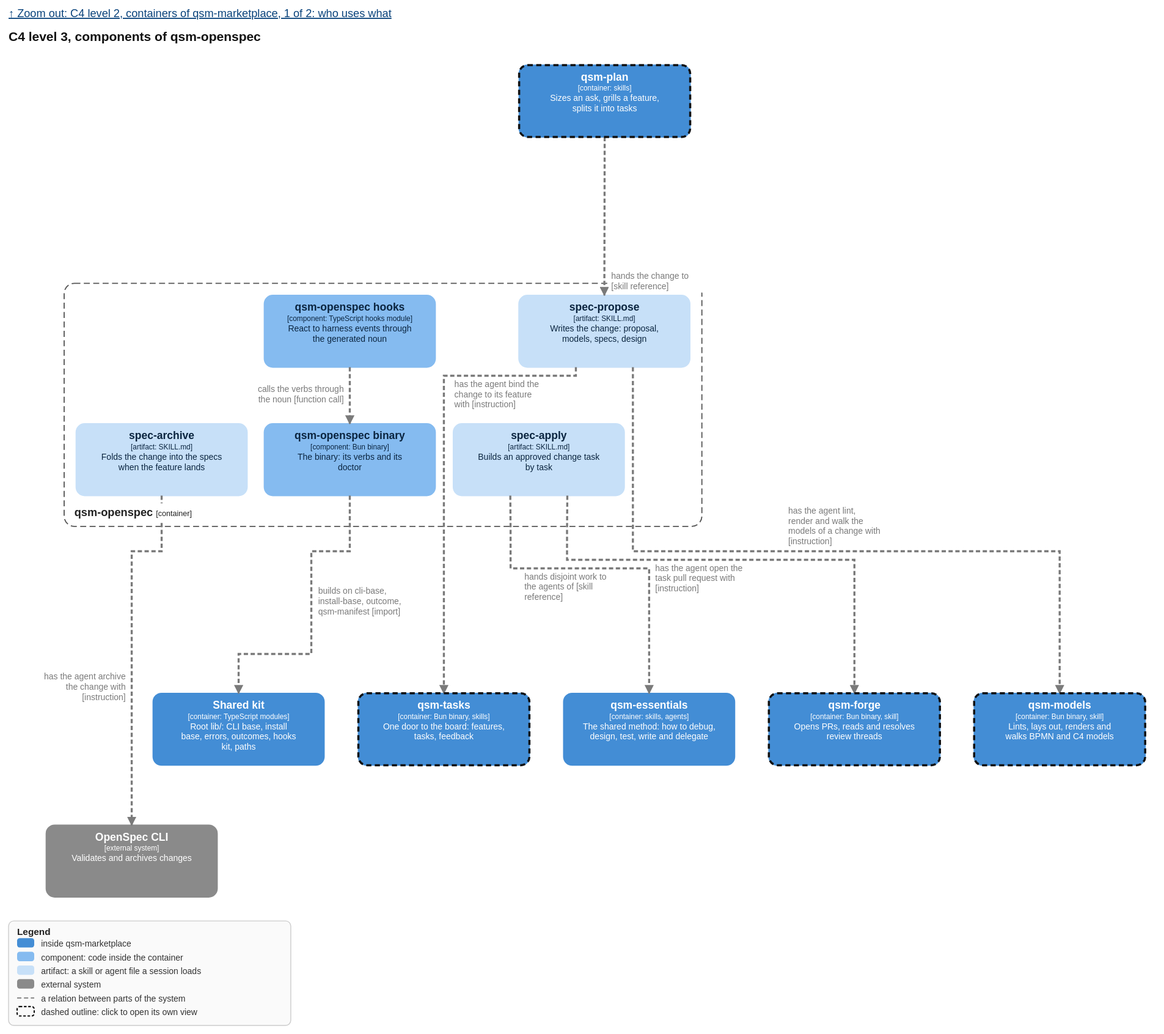
Above: models/marketplace.components-spec.drawio.svg in qsmark-labs/qsm-marketplace (draw.io), before the change. Source tidied: cells renumbered, new cells last; positions are measured from the earlier drawing's top-left corner, leaving out a move shared by most shapes.
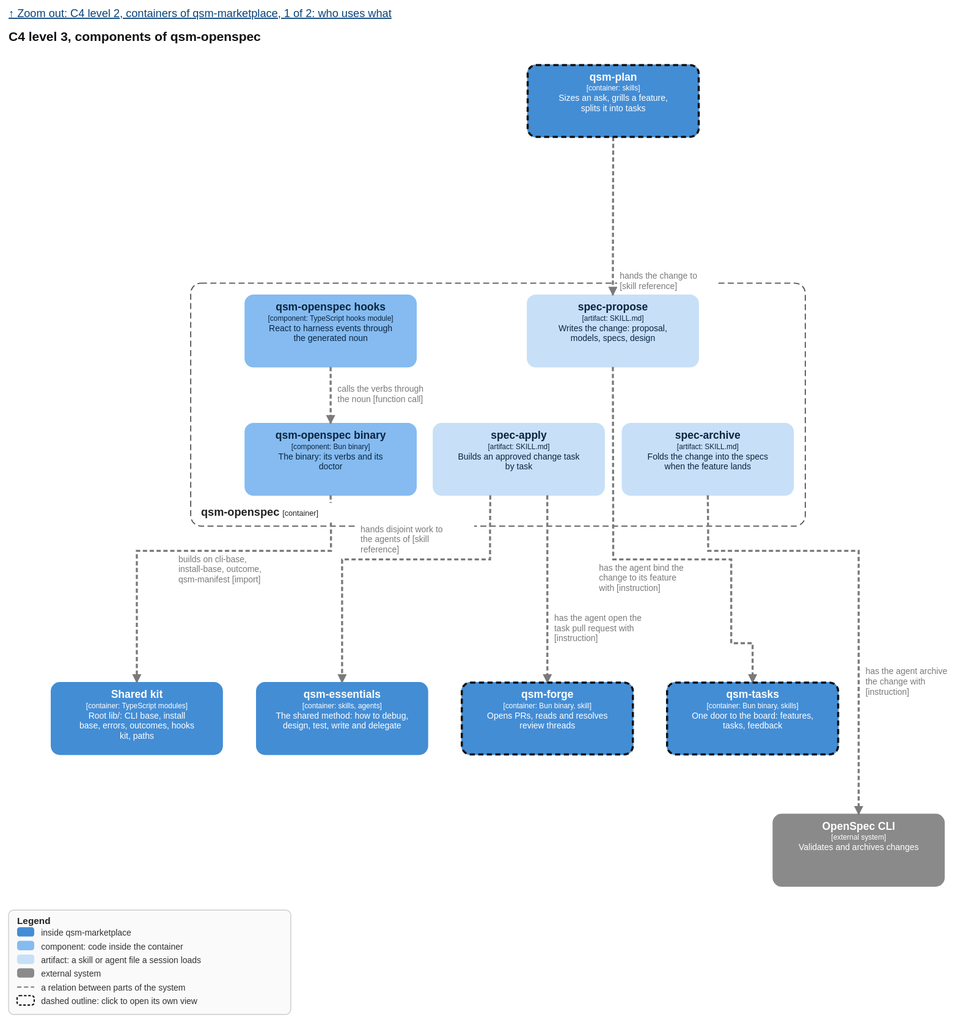
The same file after the commit.

The edit, as a diff of the source:
```diff
@@ -4,146 +4,132 @@
     <mxCell id="1" parent="0" />
     <object id="2" label="&lt;b&gt;%c4Name%&lt;/b&gt;&lt;div&gt;[%c4Application%]&lt;/div&gt;" c4Application="Container" c4Id="mp.spec" c4Name="qsm-openspec" c4Type="ContainerScopeBoundary" placeholders="1">
       <mxCell style="rounded=1;fontSize=11;whiteSpace=wrap;html=1;dashed=1;arcSize=4;fillColor=none;strokeColor=#555555;fontColor=#222222;align=left;verticalAlign=bottom;spacing=10;dashPattern=8 4;" parent="1" vertex="1">
-        <mxGeometry x="21" y="255" width="745.7" height="284" as="geometry" />
+        <mxGeometry x="169" y="255" width="718.6" height="284" as="geometry" />
       </mxCell>
     </object>
     <object id="3" label="&lt;b&gt;%c4Name%&lt;/b&gt;&lt;div&gt;[%c4Type%%c4TechnologySep%%c4Technology%]&lt;/div&gt;&lt;div style=&quot;font-size:11px&quot;&gt;%c4Description%&lt;/div&gt;" c4Description="The binary: its verbs and its doctor" c4Id="mp.spec.tool" c4Name="qsm-openspec binary" c4Path="plugins/qsm-openspec/scripts" c4Tags="" c4Technology="Bun binary" c4TechnologySep=": " c4Type="Component" placeholders="1">
       <mxCell style="rounded=1;whiteSpace=wrap;html=1;arcSize=10;fillColor=#85bbf0;strokeColor=#85bbf0;fontColor=#0b2540;" parent="1" vertex="1">
-        <mxGeometry x="255" y="419" width="200" height="84" as="geometry" />
+        <mxGeometry x="232.6" y="419" width="200" height="84" as="geometry" />
       </mxCell>
     </object>
     <object id="4" label="&lt;b&gt;%c4Name%&lt;/b&gt;&lt;div&gt;[%c4Type%%c4TechnologySep%%c4Technology%]&lt;/div&gt;&lt;div style=&quot;font-size:11px&quot;&gt;%c4Description%&lt;/div&gt;" c4Description="React to harness events through the generated noun" c4Id="mp.spec.hooks" c4Name="qsm-openspec hooks" c4Path="plugins/qsm-openspec/hooks" c4Tags="" c4Technology="TypeScript hooks module" c4TechnologySep=": " c4Type="Component" placeholders="1">
       <mxCell style="rounded=1;whiteSpace=wrap;html=1;arcSize=10;fillColor=#85bbf0;strokeColor=#85bbf0;fontColor=#0b2540;" parent="1" vertex="1">
-        <mxGeometry x="255" y="269" width="200" height="84" as="geometry" />
+        <mxGeometry x="232.6" y="269" width="200" height="84" as="geometry" />
       </mxCell>
     </object>
     <object id="5" label="&lt;b&gt;%c4Name%&lt;/b&gt;&lt;div&gt;[%c4Type%%c4TechnologySep%%c4Technology%]&lt;/div&gt;&lt;div style=&quot;font-size:11px&quot;&gt;%c4Description%&lt;/div&gt;" c4Description="Writes the change: proposal, models, specs, design" c4Id="mp.spec.propose" c4Name="spec-propose" c4Path="plugins/qsm-openspec/skills/spec-propose" c4Tags="artifact" c4Technology="SKILL.md" c4TechnologySep=": " c4Type="Component" placeholders="1">
       <mxCell style="rounded=1;whiteSpace=wrap;html=1;arcSize=10;fillColor=#c7e0f8;strokeColor=#c7e0f8;fontColor=#0b2540;" parent="1" vertex="1">
-        <mxGeometry x="552.7" y="269" width="200" height="84" as="geometry" />
+        <mxGeometry x="562.6" y="269" width="200" height="84" as="geometry" />
       </mxCell>
     </object>
     <object id="6" label="&lt;b&gt;%c4Name%&lt;/b&gt;&lt;div&gt;[%c4Type%%c4TechnologySep%%c4Technology%]&lt;/div&gt;&lt;div style=&quot;font-size:11px&quot;&gt;%c4Description%&lt;/div&gt;" c4Description="Builds an approved change task by task" c4Id="mp.spec.apply" c4Name="spec-apply" c4Path="plugins/qsm-openspec/skills/spec-apply" c4Tags="artifact" c4Technology="SKILL.md" c4TechnologySep=": " c4Type="Component" placeholders="1">
       <mxCell style="rounded=1;whiteSpace=wrap;html=1;arcSize=10;fillColor=#c7e0f8;strokeColor=#c7e0f8;fontColor=#0b2540;" parent="1" vertex="1">
-        <mxGeometry x="476" y="419" width="200" height="84" as="geometry" />
+        <mxGeometry x="452.6" y="419" width="200" height="84" as="geometry" />
       </mxCell>
     </object>
     <object id="7" label="&lt;b&gt;%c4Name%&lt;/b&gt;&lt;div&gt;[%c4Type%%c4TechnologySep%%c4Technology%]&lt;/div&gt;&lt;div style=&quot;font-size:11px&quot;&gt;%c4Description%&lt;/div&gt;" c4Description="Folds the change into the specs when the feature lands" c4Id="mp.spec.archive" c4Name="spec-archive" c4Path="plugins/qsm-openspec/skills/spec-archive" c4Tags="artifact" c4Technology="SKILL.md" c4TechnologySep=": " c4Type="Component" placeholders="1">
       <mxCell style="rounded=1;whiteSpace=wrap;html=1;arcSize=10;fillColor=#c7e0f8;strokeColor=#c7e0f8;fontColor=#0b2540;" parent="1" vertex="1">
-        <mxGeometry x="35" y="419" width="200" height="84" as="geometry" />
+        <mxGeometry x="673.6" y="419" width="200" height="84" as="geometry" />
       </mxCell>
     </object>
     <object id="8" label="&lt;b&gt;%c4Name%&lt;/b&gt;&lt;div&gt;[%c4Type%%c4TechnologySep%%c4Technology%]&lt;/div&gt;&lt;div style=&quot;font-size:11px&quot;&gt;%c4Description%&lt;/div&gt;" c4Description="The shared method: how to debug, design, test, write and delegate" c4Group="Core" c4Id="mp.essentials" c4Name="qsm-essentials" c4Path="plugins/qsm-essentials" c4Tags="" c4Technology="skills, agents" c4TechnologySep=": " c4Type="Container" placeholders="1">
       <mxCell style="rounded=1;whiteSpace=wrap;html=1;arcSize=10;fillColor=#438dd5;strokeColor=#438dd5;fontColor=#ffffff;" parent="1" vertex="1">
-        <mxGeometry x="605" y="734" width="200" height="84" as="geometry" />
+        <mxGeometry x="246" y="722" width="200" height="84" as="geometry" />
       </mxCell>
     </object>
     <object id="9" label="&lt;b&gt;%c4Name%&lt;/b&gt;&lt;div&gt;[%c4Type%%c4TechnologySep%%c4Technology%]&lt;/div&gt;&lt;div style=&quot;font-size:11px&quot;&gt;%c4Description%&lt;/div&gt;" c4Description="One door to the board: features, tasks, feedback" c4Group="Features" c4Id="mp.tasks" c4Name="qsm-tasks" c4Path="plugins/qsm-tasks" c4Tags="" c4Technology="Bun binary, skills" c4TechnologySep=": " c4Type="Container" placeholders="1">
       <mxCell style="rounded=1;whiteSpace=wrap;html=1;arcSize=10;fillColor=#438dd5;strokeColor=#438dd5;fontColor=#ffffff;" parent="1" vertex="1">
-        <mxGeometry x="365" y="734" width="200" height="84" as="geometry" />
+        <mxGeometry x="726" y="722" width="200" height="84" as="geometry" />
       </mxCell>
     </object>
     <object id="10" label="&lt;b&gt;%c4Name%&lt;/b&gt;&lt;div&gt;[%c4Type%%c4TechnologySep%%c4Technology%]&lt;/div&gt;&lt;div style=&quot;font-size:11px&quot;&gt;%c4Description%&lt;/div&gt;" c4Description="Sizes an ask, grills a feature, splits it into tasks" c4Group="Features" c4Id="mp.plan" c4Name="qsm-plan" c4Path="plugins/qsm-plan" c4Tags="" c4Technology="skills" c4TechnologySep=": " c4Type="Container" placeholders="1">
       <mxCell style="rounded=1;whiteSpace=wrap;html=1;arcSize=10;fillColor=#438dd5;strokeColor=#438dd5;fontColor=#ffffff;" parent="1" vertex="1">
-        <mxGeometry x="553" width="200" height="84" as="geometry" />
+        <mxGeometry x="563" width="200" height="84" as="geometry" />
       </mxCell>
     </object>
-    <object id="11" label="&lt;b&gt;%c4Name%&lt;/b&gt;&lt;div&gt;[%c4Type%%c4TechnologySep%%c4Technology%]&lt;/div&gt;&lt;div style=&quot;font-size:11px&quot;&gt;%c4Description%&lt;/div&gt;" c4Description="Lints, lays out, renders and walks BPMN and C4 models" c4Group="Features" c4Id="mp.models" c4Name="qsm-models" c4Path="plugins/qsm-models" c4Tags="" c4Technology="Bun binary, skill" c4TechnologySep=": " c4Type="Container" placeholders="1">
+    <object id="11" label="&lt;b&gt;%c4Name%&lt;/b&gt;&lt;div&gt;[%c4Type%%c4TechnologySep%%c4Technology%]&lt;/div&gt;&lt;div style=&quot;font-size:11px&quot;&gt;%c4Description%&lt;/div&gt;" c4Description="Opens PRs, reads and resolves review threads" c4Group="Features" c4Id="mp.forge" c4Name="qsm-forge" c4Path="plugins/qsm-forge" c4Tags="" c4Technology="Bun binary, skill" c4TechnologySep=": " c4Type="Container" placeholders="1">
       <mxCell style="rounded=1;whiteSpace=wrap;html=1;arcSize=10;fillColor=#438dd5;strokeColor=#438dd5;fontColor=#ffffff;" parent="1" vertex="1">
-        <mxGeometry x="1085" y="734" width="200" height="84" as="geometry" />
+        <mxGeometry x="486" y="722" width="200" height="84" as="geometry" />
       </mxCell>
     </object>
-    <object id="12" label="&lt;b&gt;%c4Name%&lt;/b&gt;&lt;div&gt;[%c4Type%%c4TechnologySep%%c4Technology%]&lt;/div&gt;&lt;div style=&quot;font-size:11px&quot;&gt;%c4Description%&lt;/div&gt;" c4Description="Opens PRs, reads and resolves review threads" c4Group="Features" c4Id="mp.forge" c4Name="qsm-forge" c4Path="plugins/qsm-forge" c4Tags="" c4Technology="Bun binary, skill" c4TechnologySep=": " c4Type="Container" placeholders="1">
+    <object id="12" label="&lt;b&gt;%c4Name%&lt;/b&gt;&lt;div&gt;[%c4Type%%c4TechnologySep%%c4Technology%]&lt;/div&gt;&lt;div style=&quot;font-size:11px&quot;&gt;%c4Description%&lt;/div&gt;" c4Description="Root lib/: CLI base, install base, errors, outcomes, hooks kit, paths" c4Group="Core" c4Id="mp.lib" c4Name="Shared kit" c4Path="lib" c4Tags="shared" c4Technology="TypeScript modules" c4TechnologySep=": " c4Type="Container" placeholders="1">
       <mxCell style="rounded=1;whiteSpace=wrap;html=1;arcSize=10;fillColor=#438dd5;strokeColor=#438dd5;fontColor=#ffffff;" parent="1" vertex="1">
-        <mxGeometry x="845" y="734" width="200" height="84" as="geometry" />
+        <mxGeometry x="6" y="722" width="200" height="84" as="geometry" />
       </mxCell>
     </object>
-    <object id="13" label="&lt;b&gt;%c4Name%&lt;/b&gt;&lt;div&gt;[%c4Type%%c4TechnologySep%%c4Technology%]&lt;/div&gt;&lt;div style=&quot;font-size:11px&quot;&gt;%c4Description%&lt;/div&gt;" c4Description="Root lib/: CLI base, install base, errors, outcomes, hooks kit, paths" c4Group="Core" c4Id="mp.lib" c4Name="Shared kit" c4Path="lib" c4Tags="shared" c4Technology="TypeScript modules" c4TechnologySep=": " c4Type="Container" placeholders="1">
-      <mxCell style="rounded=1;whiteSpace=wrap;html=1;arcSize=10;fillColor=#438dd5;strokeColor=#438dd5;fontColor=#ffffff;" parent="1" vertex="1">
-        <mxGeometry x="125" y="734" width="200" height="84" as="geometry" />
+    <object id="13" label="&lt;b&gt;%c4Name%&lt;/b&gt;&lt;div&gt;[%c4Type%%c4TechnologySep%%c4Technology%]&lt;/div&gt;&lt;div style=&quot;font-size:11px&quot;&gt;%c4Description%&lt;/div&gt;" c4Description="Validates and archives changes" c4Id="openspec" c4Name="OpenSpec CLI" c4Tags="external" c4Technology="" c4TechnologySep="" c4Type="Software System" placeholders="1">
+      <mxCell style="rounded=1;whiteSpace=wrap;html=1;arcSize=10;fillColor=#8a8a8a;strokeColor=#8a8a8a;fontColor=#ffffff;" parent="1" vertex="1">
+        <mxGeometry x="850" y="876" width="200" height="84" as="geometry" />
       </mxCell>
     </object>
-    <object id="14" label="&lt;b&gt;%c4Name%&lt;/b&gt;&lt;div&gt;[%c4Type%%c4TechnologySep%%c4Technology%]&lt;/div&gt;&lt;div style=&quot;font-size:11px&quot;&gt;%c4Description%&lt;/div&gt;" c4Description="Validates and archives changes" c4Id="openspec" c4Name="OpenSpec CLI" c4Tags="external" c4Technology="" c4TechnologySep="" c4Type="Software System" placeholders="1">
-      <mxCell style="rounded=1;whiteSpace=wrap;html=1;arcSize=10;fillColor=#8a8a8a;strokeColor=#8a8a8a;fontColor=#ffffff;" parent="1" vertex="1">
-        <mxGeometry y="888" width="200" height="84" as="geometry" />
+    <object id="14" label="%c4Description%" c4Description="hands disjoint work to the agents of [skill reference]" c4Type="Relationship" placeholders="1">
+      <mxCell style="edgeStyle=orthogonalEdgeStyle;rounded=1;endArrow=blockThin;endFill=1;html=1;fontSize=10;strokeColor=#7a7a7a;fontColor=#7a7a7a;strokeWidth=2.4;dashed=1;" parent="1" edge="1" source="6" target="8">
+        <mxGeometry relative="1" as="geometry">
+          <Array as="points">
+            <mxPoint x="519" y="544" />
+            <mxPoint x="519" y="578" />
+            <mxPoint x="346" y="578" />
+          </Array>
+        </mxGeometry>
       </mxCell>
     </object>
-    <object id="15" label="%c4Description%" c4Description="hands disjoint work to the agents of [skill reference]" c4Type="Relationship" placeholders="1">
-      <mxCell style="edgeStyle=orthogonalEdgeStyle;rounded=1;endArrow=blockThin;endFill=1;html=1;fontSize=10;strokeColor=#7a7a7a;fontColor=#7a7a7a;strokeWidth=2.4;dashed=1;" parent="1" edge="1" source="6" target="8">
+    <object id="15" label="%c4Description%" c4Description="has the agent bind the change to its feature with [instruction]" c4Type="Relationship" placeholders="1">
+      <mxCell style="edgeStyle=orthogonalEdgeStyle;rounded=1;endArrow=blockThin;endFill=1;html=1;fontSize=10;strokeColor=#7a7a7a;fontColor=#7a7a7a;strokeWidth=2.4;dashed=1;" parent="1" edge="1" source="5" target="9">
         <mxGeometry relative="1" as="geometry">
           <Array as="points">
-            <mxPoint x="543" y="544" />
-            <mxPoint x="543" y="588" />
-            <mxPoint x="705" y="588" />
+            <mxPoint x="663" y="544" />
+            <mxPoint x="663" y="578" />
+            <mxPoint x="801" y="578" />
+            <mxPoint x="801" y="676" />
+            <mxPoint x="826" y="676" />
           </Array>
         </mxGeometry>
       </mxCell>
     </object>
-    <object id="16" label="%c4Description%" c4Description="has the agent bind the change to its feature with [instruction]" c4Type="Relationship" placeholders="1">
-      <mxCell style="edgeStyle=orthogonalEdgeStyle;rounded=1;endArrow=blockThin;endFill=1;html=1;fontSize=10;strokeColor=#7a7a7a;fontColor=#7a7a7a;strokeWidth=2.4;dashed=1;" parent="1" edge="1" source="5" target="9">
+    <object id="16" label="%c4Description%" c4Description="hands the change to [skill reference]" c4Type="Relationship" placeholders="1">
+      <mxCell style="edgeStyle=orthogonalEdgeStyle;rounded=1;endArrow=blockThin;endFill=1;html=1;fontSize=10;strokeColor=#7a7a7a;fontColor=#7a7a7a;strokeWidth=2.4;dashed=1;" parent="1" edge="1" source="10" target="5">
         <mxGeometry relative="1" as="geometry">
           <Array as="points">
-            <mxPoint x="619.3" y="363" />
-            <mxPoint x="465" y="363" />
+            <mxPoint x="662.6" y="250" />
           </Array>
         </mxGeometry>
       </mxCell>
     </object>
-    <object id="17" label="%c4Description%" c4Description="hands the change to [skill reference]" c4Type="Relationship" placeholders="1">
-      <mxCell style="edgeStyle=orthogonalEdgeStyle;rounded=1;endArrow=blockThin;endFill=1;html=1;fontSize=10;strokeColor=#7a7a7a;fontColor=#7a7a7a;strokeWidth=2.4;dashed=1;" parent="1" edge="1" source="10" target="5">
+    <object id="17" label="%c4Description%" c4Description="has the agent open the task pull request with [instruction]" c4Type="Relationship" placeholders="1">
+      <mxCell style="edgeStyle=orthogonalEdgeStyle;rounded=1;endArrow=blockThin;endFill=1;html=1;fontSize=10;strokeColor=#7a7a7a;fontColor=#7a7a7a;strokeWidth=2.4;dashed=1;" parent="1" edge="1" source="6" target="11">
         <mxGeometry relative="1" as="geometry">
           <Array as="points">
-            <mxPoint x="652.7" y="250" />
+            <mxPoint x="586" y="544" />
           </Array>
         </mxGeometry>
       </mxCell>
     </object>
-    <object id="18" label="%c4Description%" c4Description="has the agent lint, render and walk the models of a change with [instruction]" c4Type="Relationship" placeholders="1">
-      <mxCell style="edgeStyle=orthogonalEdgeStyle;rounded=1;endArrow=blockThin;endFill=1;html=1;fontSize=10;strokeColor=#7a7a7a;fontColor=#7a7a7a;strokeWidth=2.4;dashed=1;" parent="1" edge="1" source="5" target="11">
+    <object id="18" label="%c4Description%" c4Description="builds on cli-base, install-base, outcome, qsm-manifest [import]" c4Type="Relationship" placeholders="1">
+      <mxCell style="edgeStyle=orthogonalEdgeStyle;rounded=1;endArrow=blockThin;endFill=1;html=1;fontSize=10;strokeColor=#7a7a7a;fontColor=#7a7a7a;strokeWidth=2.4;dashed=1;" parent="1" edge="1" source="3" target="12">
         <mxGeometry relative="1" as="geometry">
           <Array as="points">
-            <mxPoint x="686" y="568" />
-            <mxPoint x="1185" y="568" />
+            <mxPoint x="333" y="544" />
+            <mxPoint x="333" y="568" />
+            <mxPoint x="106" y="568" />
           </Array>
         </mxGeometry>
       </mxCell>
     </object>
-    <object id="19" label="%c4Description%" c4Description="has the agent open the task pull request with [instruction]" c4Type="Relationship" placeholders="1">
-      <mxCell style="edgeStyle=orthogonalEdgeStyle;rounded=1;endArrow=blockThin;endFill=1;html=1;fontSize=10;strokeColor=#7a7a7a;fontColor=#7a7a7a;strokeWidth=2.4;dashed=1;" parent="1" edge="1" source="6" target="12">
-        <mxGeometry relative="1" as="geometry">
-          <Array as="points">
-            <mxPoint x="609" y="544" />
-            <mxPoint x="609" y="578" />
-            <mxPoint x="945" y="578" />
-          </Array>
-        </mxGeometry>
+    <object id="19" label="%c4Description%" c4Description="calls the verbs through the noun [function call]" c4Type="Relationship" placeholders="1">
+      <mxCell style="edgeStyle=orthogonalEdgeStyle;rounded=1;endArrow=blockThin;endFill=1;html=1;fontSize=10;strokeColor=#7a7a7a;fontColor=#7a7a7a;strokeWidth=2.4;dashed=1;" parent="1" edge="1" source="4" target="3">
+        <mxGeometry relative="1" as="geometry" />
       </mxCell>
     </object>
-    <object id="20" label="%c4Description%" c4Description="builds on cli-base, install-base, outcome, qsm-manifest [import]" c4Type="Relationship" placeholders="1">
-      <mxCell style="edgeStyle=orthogonalEdgeStyle;rounded=1;endArrow=blockThin;endFill=1;html=1;fontSize=10;strokeColor=#7a7a7a;fontColor=#7a7a7a;strokeWidth=2.4;dashed=1;" parent="1" edge="1" source="3" target="13">
+    <object id="20" label="%c4Description%" c4Description="has the agent archive the change with [instruction]" c4Type="Relationship" placeholders="1">
+      <mxCell style="edgeStyle=orthogonalEdgeStyle;rounded=1;endArrow=blockThin;endFill=1;html=1;fontSize=10;strokeColor=#7a7a7a;fontColor=#7a7a7a;strokeWidth=2.4;dashed=1;" parent="1" edge="1" source="7" target="13">
         <mxGeometry relative="1" as="geometry">
           <Array as="points">
-            <mxPoint x="355" y="568" />
-            <mxPoint x="310" y="568" />
-            <mxPoint x="310" y="688" />
-            <mxPoint x="225" y="688" />
+            <mxPoint x="774" y="544" />
+            <mxPoint x="774" y="568" />
+            <mxPoint x="950" y="568" />
           </Array>
         </mxGeometry>
       </mxCell>
     </object>
-    <object id="21" label="%c4Description%" c4Description="calls the verbs through the noun [function call]" c4Type="Relationship" placeholders="1">
-      <mxCell style="edgeStyle=orthogonalEdgeStyle;rounded=1;endArrow=blockThin;endFill=1;html=1;fontSize=10;strokeColor=#7a7a7a;fontColor=#7a7a7a;strokeWidth=2.4;dashed=1;" parent="1" edge="1" source="4" target="3">
-        <mxGeometry relative="1" as="geometry" />
-      </mxCell>
-    </object>
-    <object id="22" label="%c4Description%" c4Description="has the agent archive the change with [instruction]" c4Type="Relationship" placeholders="1">
-      <mxCell style="edgeStyle=orthogonalEdgeStyle;rounded=1;endArrow=blockThin;endFill=1;html=1;fontSize=10;strokeColor=#7a7a7a;fontColor=#7a7a7a;strokeWidth=2.4;dashed=1;" parent="1" edge="1" source="7" target="14">
-        <mxGeometry relative="1" as="geometry">
-          <Array as="points">
-            <mxPoint x="135" y="568" />
-            <mxPoint x="100" y="568" />
-          </Array>
-        </mxGeometry>
-      </mxCell>
-    </object>
   </root>
 </mxGraphModel>
```
